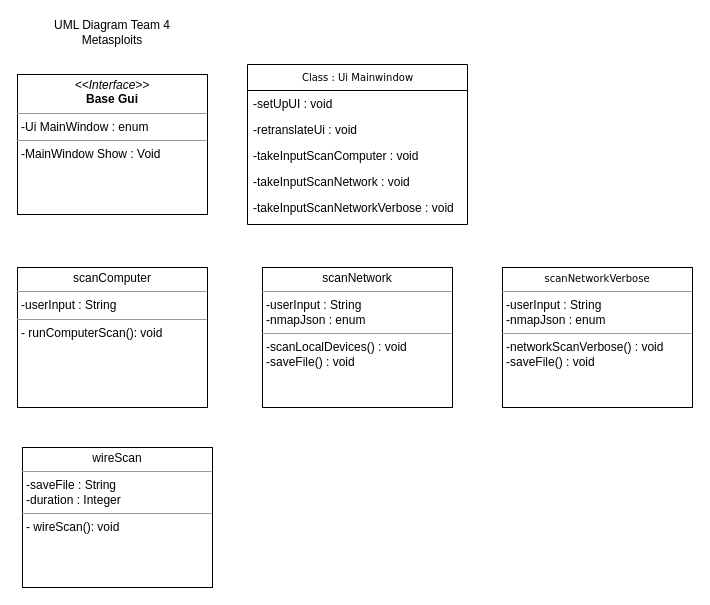
The draw.io diagram UMLDiagram.drawio in illusion173/NetBox, before the edit. Source tidied: cells renumbered, new cells numbered last; positions are measured from the earlier drawing's top-left corner, leaving out a move shared by most shapes. Both pictures are drawn from the tidied source at 100%, with x=0, y=0 at pixel (17, 17).
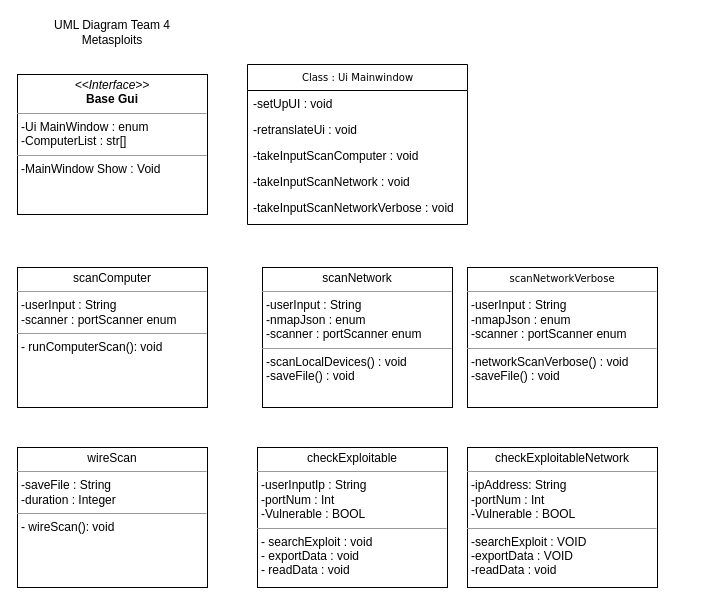
Above is the later version.

What changed in the source:
```diff
@@
 <mxGraphModel>
   <root>
     <mxCell id="0" />
     <mxCell id="1" parent="0" />
     <mxCell id="2" value="Class : Ui Mainwindow" style="swimlane;html=1;fontStyle=0;horizontal=1;startSize=26;fillColor=none;swimlaneFillColor=#ffffff;rounded=0;shadow=0;comic=0;labelBackgroundColor=none;strokeWidth=1;fontFamily=Verdana;fontSize=10;align=center;" parent="1" vertex="1">
       <mxGeometry x="230" y="47" width="220" height="160" as="geometry" />
     </mxCell>
     <mxCell id="3" value="-setUpUI : void" style="text;html=1;strokeColor=none;fillColor=none;align=left;verticalAlign=top;spacingLeft=4;spacingRight=4;whiteSpace=wrap;overflow=hidden;" parent="2" vertex="1">
       <mxGeometry y="26" width="220" height="26" as="geometry" />
     </mxCell>
     <mxCell id="4" value="-retranslateUi : void" style="text;html=1;strokeColor=none;fillColor=none;align=left;verticalAlign=top;spacingLeft=4;spacingRight=4;whiteSpace=wrap;overflow=hidden;" parent="2" vertex="1">
       <mxGeometry y="52" width="220" height="26" as="geometry" />
     </mxCell>
     <mxCell id="5" value="-takeInputScanComputer : void" style="text;html=1;strokeColor=none;fillColor=none;align=left;verticalAlign=top;spacingLeft=4;spacingRight=4;whiteSpace=wrap;overflow=hidden;" parent="2" vertex="1">
       <mxGeometry y="78" width="220" height="26" as="geometry" />
     </mxCell>
     <mxCell id="6" value="-takeInputScanNetwork : void" style="text;html=1;strokeColor=none;fillColor=none;align=left;verticalAlign=top;spacingLeft=4;spacingRight=4;whiteSpace=wrap;overflow=hidden;" parent="2" vertex="1">
       <mxGeometry y="104" width="220" height="26" as="geometry" />
     </mxCell>
     <mxCell id="7" value="-takeInputScanNetworkVerbose : void" style="text;html=1;strokeColor=none;fillColor=none;align=left;verticalAlign=top;spacingLeft=4;spacingRight=4;whiteSpace=wrap;overflow=hidden;" parent="2" vertex="1">
       <mxGeometry y="130" width="220" height="26" as="geometry" />
     </mxCell>
-    <mxCell id="8" value="&lt;p style=&quot;margin: 0px ; margin-top: 4px ; text-align: center&quot;&gt;scanNetwork&lt;/p&gt;&lt;hr size=&quot;1&quot;&gt;&lt;p style=&quot;margin: 0px ; margin-left: 4px&quot;&gt;-userInput : String&lt;br&gt;&lt;/p&gt;&lt;p style=&quot;margin: 0px ; margin-left: 4px&quot;&gt;-nmapJson : enum&lt;/p&gt;&lt;hr size=&quot;1&quot;&gt;&lt;p style=&quot;margin: 0px ; margin-left: 4px&quot;&gt;-scanLocalDevices() : void&lt;/p&gt;&lt;p style=&quot;margin: 0px ; margin-left: 4px&quot;&gt;-saveFile() : void&lt;/p&gt;" style="verticalAlign=top;align=left;overflow=fill;fontSize=12;fontFamily=Helvetica;html=1;rounded=0;shadow=0;comic=0;labelBackgroundColor=none;strokeWidth=1;" parent="1" vertex="1">
+    <mxCell id="8" value="&lt;p style=&quot;margin: 0px ; margin-top: 4px ; text-align: center&quot;&gt;scanNetwork&lt;/p&gt;&lt;hr size=&quot;1&quot;&gt;&lt;p style=&quot;margin: 0px ; margin-left: 4px&quot;&gt;-userInput : String&lt;br&gt;&lt;/p&gt;&lt;p style=&quot;margin: 0px ; margin-left: 4px&quot;&gt;-nmapJson : enum&lt;/p&gt;&lt;p style=&quot;margin: 0px ; margin-left: 4px&quot;&gt;-scanner : portScanner enum&lt;br&gt;&lt;/p&gt;&lt;hr size=&quot;1&quot;&gt;&lt;p style=&quot;margin: 0px ; margin-left: 4px&quot;&gt;-scanLocalDevices() : void&lt;/p&gt;&lt;p style=&quot;margin: 0px ; margin-left: 4px&quot;&gt;-saveFile() : void&lt;/p&gt;" style="verticalAlign=top;align=left;overflow=fill;fontSize=12;fontFamily=Helvetica;html=1;rounded=0;shadow=0;comic=0;labelBackgroundColor=none;strokeWidth=1;" parent="1" vertex="1">
       <mxGeometry x="245" y="250" width="190" height="140" as="geometry" />
     </mxCell>
-    <mxCell id="9" value="&lt;p style=&quot;margin: 0px ; margin-top: 4px ; text-align: center&quot;&gt;&lt;i&gt;&amp;lt;&amp;lt;Interface&amp;gt;&amp;gt;&lt;/i&gt;&lt;br&gt;&lt;b&gt;Base Gui&lt;/b&gt;&lt;/p&gt;&lt;hr size=&quot;1&quot;&gt;&lt;p style=&quot;margin: 0px ; margin-left: 4px&quot;&gt;-Ui MainWindow : enum&lt;/p&gt;&lt;hr size=&quot;1&quot;&gt;&lt;p style=&quot;margin: 0px ; margin-left: 4px&quot;&gt;-MainWindow Show : Void&lt;/p&gt;" style="verticalAlign=top;align=left;overflow=fill;fontSize=12;fontFamily=Helvetica;html=1;rounded=0;shadow=0;comic=0;labelBackgroundColor=none;strokeWidth=1;" parent="1" vertex="1">
+    <mxCell id="9" value="&lt;p style=&quot;margin: 0px ; margin-top: 4px ; text-align: center&quot;&gt;&lt;i&gt;&amp;lt;&amp;lt;Interface&amp;gt;&amp;gt;&lt;/i&gt;&lt;br&gt;&lt;b&gt;Base Gui&lt;/b&gt;&lt;/p&gt;&lt;hr size=&quot;1&quot;&gt;&lt;p style=&quot;margin: 0px ; margin-left: 4px&quot;&gt;-Ui MainWindow : enum&lt;/p&gt;&lt;p style=&quot;margin: 0px ; margin-left: 4px&quot;&gt;-ComputerList : str[]&lt;/p&gt;&lt;hr size=&quot;1&quot;&gt;&lt;p style=&quot;margin: 0px ; margin-left: 4px&quot;&gt;-MainWindow Show : Void&lt;/p&gt;" style="verticalAlign=top;align=left;overflow=fill;fontSize=12;fontFamily=Helvetica;html=1;rounded=0;shadow=0;comic=0;labelBackgroundColor=none;strokeWidth=1;" parent="1" vertex="1">
       <mxGeometry y="57" width="190" height="140" as="geometry" />
     </mxCell>
-    <mxCell id="10" value="&lt;p style=&quot;margin: 0px ; margin-top: 4px ; text-align: center&quot;&gt;scanComputer&lt;/p&gt;&lt;hr size=&quot;1&quot;&gt;&lt;p style=&quot;margin: 0px ; margin-left: 4px&quot;&gt;-userInput : String&lt;br&gt;&lt;/p&gt;&lt;hr size=&quot;1&quot;&gt;&lt;p style=&quot;margin: 0px ; margin-left: 4px&quot;&gt;- runComputerScan(): void&lt;br&gt;&lt;/p&gt;" style="verticalAlign=top;align=left;overflow=fill;fontSize=12;fontFamily=Helvetica;html=1;rounded=0;shadow=0;comic=0;labelBackgroundColor=none;strokeWidth=1;" parent="1" vertex="1">
+    <mxCell id="10" value="&lt;p style=&quot;margin: 0px ; margin-top: 4px ; text-align: center&quot;&gt;scanComputer&lt;/p&gt;&lt;hr size=&quot;1&quot;&gt;&lt;p style=&quot;margin: 0px ; margin-left: 4px&quot;&gt;-userInput : String&lt;br&gt;&lt;/p&gt;&lt;p style=&quot;margin: 0px ; margin-left: 4px&quot;&gt;-scanner : portScanner enum&lt;/p&gt;&lt;hr size=&quot;1&quot;&gt;&lt;p style=&quot;margin: 0px ; margin-left: 4px&quot;&gt;- runComputerScan(): void&lt;br&gt;&lt;/p&gt;" style="verticalAlign=top;align=left;overflow=fill;fontSize=12;fontFamily=Helvetica;html=1;rounded=0;shadow=0;comic=0;labelBackgroundColor=none;strokeWidth=1;" parent="1" vertex="1">
       <mxGeometry y="250" width="190" height="140" as="geometry" />
     </mxCell>
     <mxCell id="11" value="UML Diagram Team 4 Metasploits" style="text;html=1;strokeColor=none;fillColor=none;align=center;verticalAlign=middle;whiteSpace=wrap;rounded=0;" parent="1" vertex="1">
       <mxGeometry x="5" width="180" height="30" as="geometry" />
     </mxCell>
-    <mxCell id="12" value="&lt;p style=&quot;margin: 0px ; margin-top: 4px ; text-align: center&quot;&gt;&lt;span style=&quot;font-family: &amp;#34;verdana&amp;#34; ; font-size: 10px&quot;&gt;scanNetworkVerbose&lt;/span&gt;&lt;br&gt;&lt;/p&gt;&lt;hr size=&quot;1&quot;&gt;&lt;p style=&quot;margin: 0px ; margin-left: 4px&quot;&gt;-userInput : String&lt;br&gt;&lt;/p&gt;&lt;p style=&quot;margin: 0px ; margin-left: 4px&quot;&gt;-nmapJson : enum&lt;/p&gt;&lt;hr size=&quot;1&quot;&gt;&lt;p style=&quot;margin: 0px ; margin-left: 4px&quot;&gt;-networkScanVerbose() : void&lt;/p&gt;&lt;p style=&quot;margin: 0px ; margin-left: 4px&quot;&gt;-saveFile() : void&lt;/p&gt;" style="verticalAlign=top;align=left;overflow=fill;fontSize=12;fontFamily=Helvetica;html=1;rounded=0;shadow=0;comic=0;labelBackgroundColor=none;strokeWidth=1;" parent="1" vertex="1">
-      <mxGeometry x="485" y="250" width="190" height="140" as="geometry" />
+    <mxCell id="12" value="&lt;p style=&quot;margin: 0px ; margin-top: 4px ; text-align: center&quot;&gt;&lt;span style=&quot;font-family: &amp;#34;verdana&amp;#34; ; font-size: 10px&quot;&gt;scanNetworkVerbose&lt;/span&gt;&lt;br&gt;&lt;/p&gt;&lt;hr size=&quot;1&quot;&gt;&lt;p style=&quot;margin: 0px ; margin-left: 4px&quot;&gt;-userInput : String&lt;br&gt;&lt;/p&gt;&lt;p style=&quot;margin: 0px ; margin-left: 4px&quot;&gt;-nmapJson : enum&lt;/p&gt;&lt;p style=&quot;margin: 0px ; margin-left: 4px&quot;&gt;-scanner : portScanner enum&lt;br&gt;&lt;/p&gt;&lt;hr size=&quot;1&quot;&gt;&lt;p style=&quot;margin: 0px ; margin-left: 4px&quot;&gt;-networkScanVerbose() : void&lt;/p&gt;&lt;p style=&quot;margin: 0px ; margin-left: 4px&quot;&gt;-saveFile() : void&lt;/p&gt;" style="verticalAlign=top;align=left;overflow=fill;fontSize=12;fontFamily=Helvetica;html=1;rounded=0;shadow=0;comic=0;labelBackgroundColor=none;strokeWidth=1;" parent="1" vertex="1">
+      <mxGeometry x="450" y="250" width="190" height="140" as="geometry" />
     </mxCell>
     <mxCell id="13" value="&lt;p style=&quot;margin: 0px ; margin-top: 4px ; text-align: center&quot;&gt;wireScan&lt;/p&gt;&lt;hr size=&quot;1&quot;&gt;&lt;p style=&quot;margin: 0px ; margin-left: 4px&quot;&gt;-saveFile : String&lt;br&gt;&lt;/p&gt;&lt;p style=&quot;margin: 0px ; margin-left: 4px&quot;&gt;-duration : Integer&lt;/p&gt;&lt;hr size=&quot;1&quot;&gt;&lt;p style=&quot;margin: 0px ; margin-left: 4px&quot;&gt;- wireScan(): void&lt;br&gt;&lt;/p&gt;" style="verticalAlign=top;align=left;overflow=fill;fontSize=12;fontFamily=Helvetica;html=1;rounded=0;shadow=0;comic=0;labelBackgroundColor=none;strokeWidth=1;" parent="1" vertex="1">
-      <mxGeometry x="5" y="430" width="190" height="140" as="geometry" />
+      <mxGeometry y="430" width="190" height="140" as="geometry" />
     </mxCell>
+    <mxCell id="14" value="&lt;p style=&quot;margin: 0px ; margin-top: 4px ; text-align: center&quot;&gt;checkExploitable&lt;/p&gt;&lt;hr size=&quot;1&quot;&gt;&lt;p style=&quot;margin: 0px ; margin-left: 4px&quot;&gt;-userInputIp : String&lt;/p&gt;&lt;p style=&quot;margin: 0px ; margin-left: 4px&quot;&gt;-portNum : Int&lt;/p&gt;&lt;p style=&quot;margin: 0px ; margin-left: 4px&quot;&gt;-Vulnerable : BOOL&lt;/p&gt;&lt;hr size=&quot;1&quot;&gt;&lt;p style=&quot;margin: 0px ; margin-left: 4px&quot;&gt;- searchExploit : void&lt;/p&gt;&lt;p style=&quot;margin: 0px ; margin-left: 4px&quot;&gt;- exportData : void&lt;/p&gt;&lt;p style=&quot;margin: 0px ; margin-left: 4px&quot;&gt;- readData : void&lt;/p&gt;" style="verticalAlign=top;align=left;overflow=fill;fontSize=12;fontFamily=Helvetica;html=1;rounded=0;shadow=0;comic=0;labelBackgroundColor=none;strokeWidth=1;" parent="1" vertex="1">
+      <mxGeometry x="240" y="430" width="190" height="140" as="geometry" />
+    </mxCell>
+    <mxCell id="15" value="&lt;p style=&quot;margin: 0px ; margin-top: 4px ; text-align: center&quot;&gt;checkExploitableNetwork&lt;/p&gt;&lt;hr size=&quot;1&quot;&gt;&lt;p style=&quot;margin: 0px ; margin-left: 4px&quot;&gt;-ipAddress: String&lt;br&gt;&lt;/p&gt;&lt;p style=&quot;margin: 0px ; margin-left: 4px&quot;&gt;-portNum : Int&lt;/p&gt;&lt;p style=&quot;margin: 0px ; margin-left: 4px&quot;&gt;-Vulnerable : BOOL&lt;/p&gt;&lt;hr size=&quot;1&quot;&gt;&lt;p style=&quot;margin: 0px ; margin-left: 4px&quot;&gt;-searchExploit : VOID&lt;/p&gt;&lt;p style=&quot;margin: 0px ; margin-left: 4px&quot;&gt;-exportData : VOID&lt;/p&gt;&lt;p style=&quot;margin: 0px ; margin-left: 4px&quot;&gt;-readData : void&lt;/p&gt;" style="verticalAlign=top;align=left;overflow=fill;fontSize=12;fontFamily=Helvetica;html=1;rounded=0;shadow=0;comic=0;labelBackgroundColor=none;strokeWidth=1;" parent="1" vertex="1">
+      <mxGeometry x="450" y="430" width="190" height="140" as="geometry" />
+    </mxCell>
   </root>
 </mxGraphModel>
```
